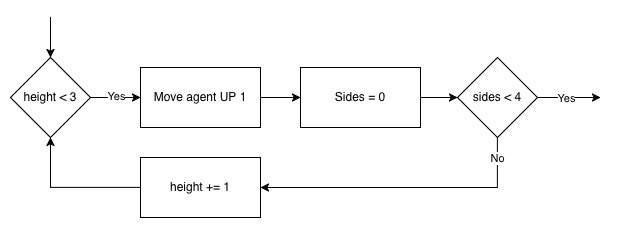
Earlier version of the draw.io export tutorials/python-islands/island-7/tower_builder/images/flowchart-landscape_3.png (CausewayDigital/Minecraft-EE-MakeCode). Source tidied: cells renumbered, new cells last; positions are measured from the earlier drawing's top-left corner, leaving out a move shared by most shapes.
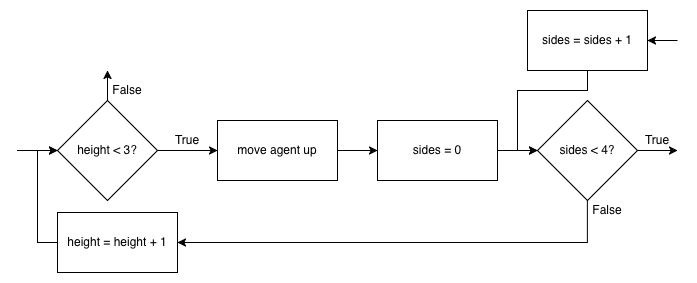
Later version of the same file.

Commit message:
Updated flowchart images for tower builder island 7

The edit, as a diff of the source:
```diff
@@ -2,64 +2,85 @@
   <root>
     <mxCell id="0" />
     <mxCell id="1" parent="0" />
-    <mxCell id="2" style="edgeStyle=orthogonalEdgeStyle;rounded=0;jettySize=auto;html=1;" parent="1" edge="1" source="4" target="7">
-      <mxGeometry relative="1" as="geometry" />
-    </mxCell>
-    <mxCell id="3" value="Yes" style="edgeLabel;html=1;align=center;verticalAlign=middle;" parent="2" vertex="1">
-      <mxGeometry x="0.01" y="2" relative="1" as="geometry" />
-    </mxCell>
-    <mxCell id="4" value="height &amp;lt; 3" style="rhombus;whiteSpace=wrap;html=1;" parent="1" vertex="1">
-      <mxGeometry y="40" width="80" height="80" as="geometry" />
-    </mxCell>
-    <mxCell id="5" style="edgeStyle=orthogonalEdgeStyle;rounded=0;jettySize=auto;html=1;" parent="1" edge="1" target="4">
-      <mxGeometry relative="1" as="geometry">
-        <mxPoint x="40" as="sourcePoint" />
-      </mxGeometry>
-    </mxCell>
-    <mxCell id="6" style="edgeStyle=orthogonalEdgeStyle;rounded=0;jettySize=auto;html=1;" parent="1" edge="1" source="7" target="14">
-      <mxGeometry relative="1" as="geometry" />
-    </mxCell>
-    <mxCell id="7" value="Move agent UP 1" style="rounded=0;whiteSpace=wrap;html=1;" parent="1" vertex="1">
-      <mxGeometry x="130" y="50" width="120" height="60" as="geometry" />
-    </mxCell>
-    <mxCell id="8" style="edgeStyle=orthogonalEdgeStyle;rounded=0;jettySize=auto;html=1;" parent="1" edge="1" source="12">
-      <mxGeometry relative="1" as="geometry">
-        <mxPoint x="590" y="80" as="targetPoint" />
-      </mxGeometry>
-    </mxCell>
-    <mxCell id="9" value="Yes" style="edgeLabel;html=1;align=center;verticalAlign=middle;" parent="8" vertex="1">
-      <mxGeometry x="-0.08" relative="1" as="geometry" />
-    </mxCell>
-    <mxCell id="10" style="edgeStyle=orthogonalEdgeStyle;rounded=0;jettySize=auto;html=1;" parent="1" edge="1" source="12" target="16">
-      <mxGeometry relative="1" as="geometry">
-        <Array as="points">
-          <mxPoint x="487" y="170" />
-        </Array>
-      </mxGeometry>
-    </mxCell>
-    <mxCell id="11" value="No" style="edgeLabel;html=1;align=center;verticalAlign=middle;" parent="10" vertex="1">
-      <mxGeometry x="-0.43" y="-2" relative="1" as="geometry">
-        <mxPoint x="32" y="-28" as="offset" />
-      </mxGeometry>
-    </mxCell>
-    <mxCell id="12" value="sides &amp;lt; 4" style="rhombus;whiteSpace=wrap;html=1;" parent="1" vertex="1">
-      <mxGeometry x="447" y="40" width="80" height="80" as="geometry" />
-    </mxCell>
-    <mxCell id="13" style="edgeStyle=orthogonalEdgeStyle;rounded=0;jettySize=auto;html=1;" parent="1" edge="1" source="14" target="12">
-      <mxGeometry relative="1" as="geometry" />
-    </mxCell>
-    <mxCell id="14" value="Sides = 0" style="rounded=0;whiteSpace=wrap;html=1;" parent="1" vertex="1">
-      <mxGeometry x="290" y="50" width="120" height="60" as="geometry" />
-    </mxCell>
-    <mxCell id="15" style="edgeStyle=orthogonalEdgeStyle;rounded=0;jettySize=auto;html=1;entryX=0.5;entryY=1;entryDx=0;entryDy=0;exitX=0;exitY=0.5;exitDx=0;exitDy=0;" parent="1" edge="1" source="16" target="4">
-      <mxGeometry relative="1" as="geometry">
-        <Array as="points">
-          <mxPoint x="40" y="170" />
-        </Array>
-      </mxGeometry>
-    </mxCell>
-    <mxCell id="16" value="height += 1" style="rounded=0;whiteSpace=wrap;html=1;" parent="1" vertex="1">
-      <mxGeometry x="130" y="140" width="120" height="60" as="geometry" />
-    </mxCell>
+    <mxCell id="17" style="edgeStyle=orthogonalEdgeStyle;rounded=0;jettySize=auto;html=1;" parent="1" edge="1" target="20">
+      <mxGeometry relative="1" as="geometry">
+        <mxPoint x="580" y="-290" as="sourcePoint" />
+      </mxGeometry>
+    </mxCell>
+    <mxCell id="18" style="edgeStyle=orthogonalEdgeStyle;rounded=0;jettySize=auto;html=1;" parent="1" edge="1" source="20" target="35">
+      <mxGeometry relative="1" as="geometry" />
+    </mxCell>
+    <mxCell id="19" style="edgeStyle=orthogonalEdgeStyle;rounded=0;jettySize=auto;html=1;" parent="1" edge="1" source="20">
+      <mxGeometry relative="1" as="geometry">
+        <mxPoint x="670" y="-370" as="targetPoint" />
+      </mxGeometry>
+    </mxCell>
+    <mxCell id="20" value="height &amp;lt; 3?" style="rhombus;whiteSpace=wrap;html=1;" parent="1" vertex="1">
+      <mxGeometry x="620" y="-340" width="100" height="100" as="geometry" />
+    </mxCell>
+    <mxCell id="21" style="edgeStyle=orthogonalEdgeStyle;rounded=0;jettySize=auto;html=1;" parent="1" edge="1" source="22" target="25">
+      <mxGeometry relative="1" as="geometry" />
+    </mxCell>
+    <mxCell id="22" value="sides = 0" style="rounded=0;whiteSpace=wrap;html=1;" parent="1" vertex="1">
+      <mxGeometry x="940" y="-320" width="120" height="60" as="geometry" />
+    </mxCell>
+    <mxCell id="23" style="edgeStyle=orthogonalEdgeStyle;rounded=0;jettySize=auto;html=1;" parent="1" edge="1" source="25">
+      <mxGeometry relative="1" as="geometry">
+        <mxPoint x="1240" y="-290" as="targetPoint" />
+      </mxGeometry>
+    </mxCell>
+    <mxCell id="24" style="edgeStyle=orthogonalEdgeStyle;rounded=0;jettySize=auto;html=1;" parent="1" edge="1" source="25" target="28">
+      <mxGeometry relative="1" as="geometry">
+        <Array as="points">
+          <mxPoint x="1150" y="-198" />
+        </Array>
+      </mxGeometry>
+    </mxCell>
+    <mxCell id="25" value="sides &amp;lt; 4?" style="rhombus;whiteSpace=wrap;html=1;" parent="1" vertex="1">
+      <mxGeometry x="1100" y="-340" width="100" height="100" as="geometry" />
+    </mxCell>
+    <mxCell id="26" style="edgeStyle=orthogonalEdgeStyle;rounded=0;jettySize=auto;html=1;exitX=0.5;exitY=1;exitDx=0;exitDy=0;entryX=0;entryY=0.5;entryDx=0;entryDy=0;" parent="1" edge="1" source="27" target="25">
+      <mxGeometry relative="1" as="geometry" />
+    </mxCell>
+    <mxCell id="27" value="sides = sides + 1" style="rounded=0;whiteSpace=wrap;html=1;" parent="1" vertex="1">
+      <mxGeometry x="1090" y="-430" width="120" height="60" as="geometry" />
+    </mxCell>
+    <mxCell id="28" value="height = height + 1" style="rounded=0;whiteSpace=wrap;html=1;" parent="1" vertex="1">
+      <mxGeometry x="620" y="-228" width="120" height="60" as="geometry" />
+    </mxCell>
+    <mxCell id="29" style="edgeStyle=orthogonalEdgeStyle;rounded=0;jettySize=auto;html=1;entryX=0;entryY=0.5;entryDx=0;entryDy=0;exitX=0;exitY=0.5;exitDx=0;exitDy=0;" parent="1" edge="1" source="28" target="20">
+      <mxGeometry relative="1" as="geometry">
+        <Array as="points">
+          <mxPoint x="600" y="-198" />
+          <mxPoint x="600" y="-290" />
+        </Array>
+      </mxGeometry>
+    </mxCell>
+    <mxCell id="30" value="False" style="text;html=1;strokeColor=none;fillColor=none;align=center;verticalAlign=middle;whiteSpace=wrap;rounded=0;" parent="1" vertex="1">
+      <mxGeometry x="670" y="-360" width="40" height="20" as="geometry" />
+    </mxCell>
+    <mxCell id="31" value="False" style="text;html=1;strokeColor=none;fillColor=none;align=center;verticalAlign=middle;whiteSpace=wrap;rounded=0;" parent="1" vertex="1">
+      <mxGeometry x="1150" y="-240" width="40" height="20" as="geometry" />
+    </mxCell>
+    <mxCell id="32" value="True&lt;span style=&quot;color: rgba(0 , 0 , 0 , 0) ; font-family: monospace ; font-size: 0px&quot;&gt;%3CmxGraphModel%3E%3Croot%3E%3CmxCell%20id%3D%220%22%2F%3E%3CmxCell%20id%3D%221%22%20parent%3D%220%22%2F%3E%3CmxCell%20id%3D%222%22%20value%3D%22False%22%20style%3D%22text%3Bhtml%3D1%3BstrokeColor%3Dnone%3BfillColor%3Dnone%3Balign%3Dcenter%3BverticalAlign%3Dmiddle%3BwhiteSpace%3Dwrap%3Brounded%3D0%3B%22%20vertex%3D%221%22%20parent%3D%221%22%3E%3CmxGeometry%20x%3D%22260%22%20y%3D%22440%22%20width%3D%2240%22%20height%3D%2220%22%20as%3D%22geometry%22%2F%3E%3C%2FmxCell%3E%3C%2Froot%3E%3C%2FmxGraphModel%3E&lt;/span&gt;" style="text;html=1;strokeColor=none;fillColor=none;align=center;verticalAlign=middle;whiteSpace=wrap;rounded=0;" parent="1" vertex="1">
+      <mxGeometry x="1200" y="-310" width="40" height="20" as="geometry" />
+    </mxCell>
+    <mxCell id="33" style="edgeStyle=orthogonalEdgeStyle;rounded=0;orthogonalLoop=1;jettySize=auto;html=1;exitX=0.5;exitY=1;exitDx=0;exitDy=0;" parent="1" edge="1" source="30" target="30">
+      <mxGeometry relative="1" as="geometry" />
+    </mxCell>
+    <mxCell id="34" style="edgeStyle=orthogonalEdgeStyle;rounded=0;jettySize=auto;html=1;" parent="1" edge="1" source="35" target="22">
+      <mxGeometry relative="1" as="geometry" />
+    </mxCell>
+    <mxCell id="35" value="move agent up" style="rounded=0;whiteSpace=wrap;html=1;" parent="1" vertex="1">
+      <mxGeometry x="780" y="-320" width="120" height="60" as="geometry" />
+    </mxCell>
+    <mxCell id="36" value="True&lt;span style=&quot;color: rgba(0 , 0 , 0 , 0) ; font-family: monospace ; font-size: 0px&quot;&gt;%3CmxGraphModel%3E%3Croot%3E%3CmxCell%20id%3D%220%22%2F%3E%3CmxCell%20id%3D%221%22%20parent%3D%220%22%2F%3E%3CmxCell%20id%3D%222%22%20value%3D%22False%22%20style%3D%22text%3Bhtml%3D1%3BstrokeColor%3Dnone%3BfillColor%3Dnone%3Balign%3Dcenter%3BverticalAlign%3Dmiddle%3BwhiteSpace%3Dwrap%3Brounded%3D0%3B%22%20vertex%3D%221%22%20parent%3D%221%22%3E%3CmxGeometry%20x%3D%22260%22%20y%3D%22440%22%20width%3D%2240%22%20height%3D%2220%22%20as%3D%22geometry%22%2F%3E%3C%2FmxCell%3E%3C%2Froot%3E%3C%2FmxGraphModel%3E&lt;/span&gt;" style="text;html=1;strokeColor=none;fillColor=none;align=center;verticalAlign=middle;whiteSpace=wrap;rounded=0;" parent="1" vertex="1">
+      <mxGeometry x="730" y="-310" width="40" height="20" as="geometry" />
+    </mxCell>
+    <mxCell id="37" style="endArrow=classic;html=1;rounded=0;entryX=1;entryY=0.5;entryDx=0;entryDy=0;" parent="1" edge="1" target="27">
+      <mxGeometry relative="1" as="geometry">
+        <mxPoint x="1240" y="-400" as="sourcePoint" />
+      </mxGeometry>
+    </mxCell>
   </root>
 </mxGraphModel>
```
